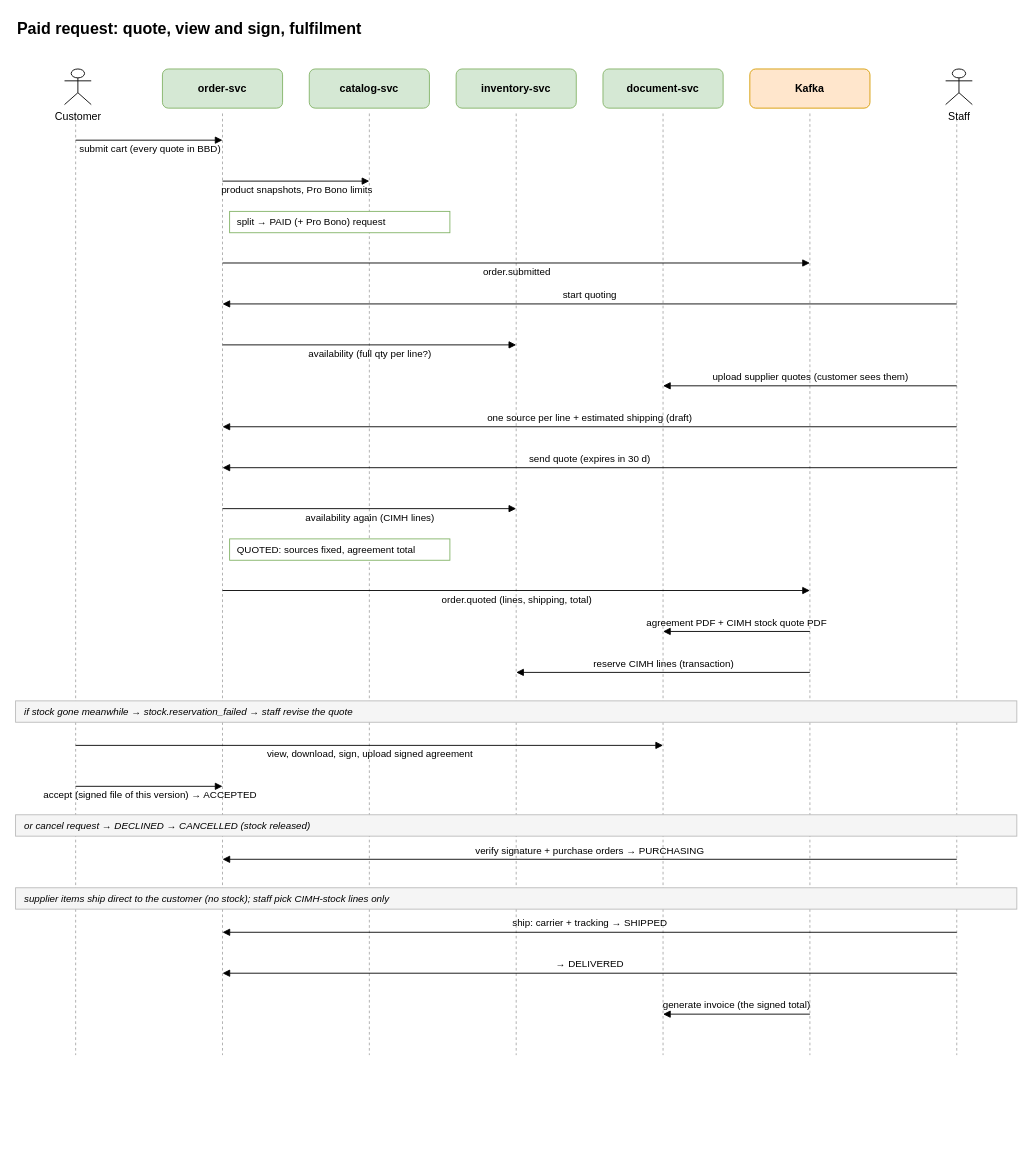
tajay59/SIA_v2 keeps this draw.io diagram as docs/manual/diagrams/14-paid-request-flow.drawio. Above is the earlier version. Source tidied: cells renumbered, new cells numbered last; positions are measured from the earlier drawing's top-left corner, leaving out a move shared by most shapes. Both pictures are drawn from the tidied source at 89%, with x=0, y=0 at pixel (15, 15).
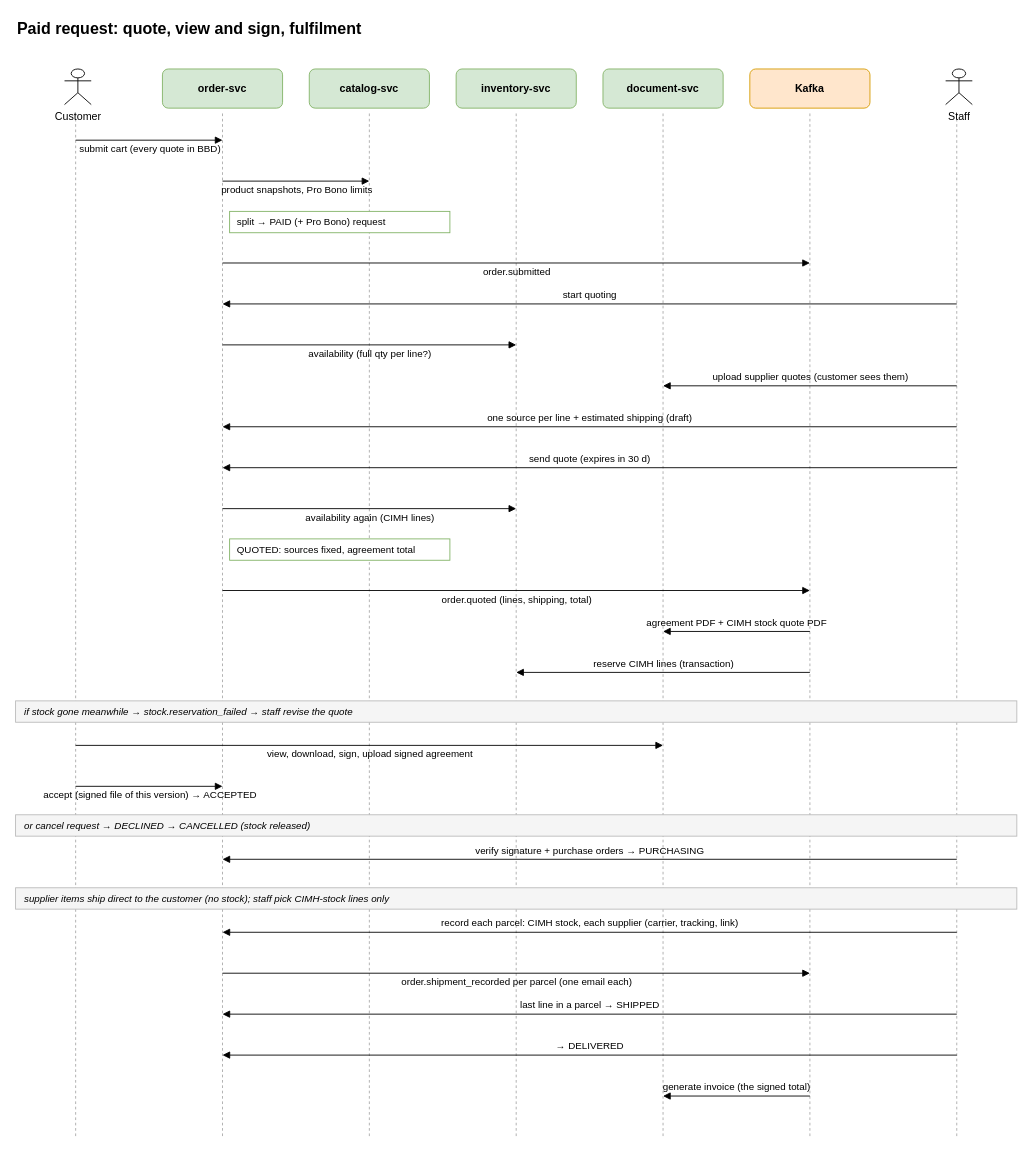
Above is the later version.

Change to the diagram source:
```diff
@@
     <mxCell id="2" style="endArrow=none;dashed=1;html=1;strokeColor=#aaaaaa;" parent="1" edge="1">
       <mxGeometry relative="1" as="geometry">
         <mxPoint x="1057.5" y="110" as="sourcePoint" />
-        <mxPoint x="1057.5" y="1168" as="targetPoint" />
+        <mxPoint x="1057.5" y="1260" as="targetPoint" />
       </mxGeometry>
     </mxCell>
     <mxCell id="3" style="endArrow=none;dashed=1;html=1;strokeColor=#aaaaaa;" parent="1" edge="1">
       <mxGeometry relative="1" as="geometry">
         <mxPoint x="892.5" y="110" as="sourcePoint" />
-        <mxPoint x="892.5" y="1168" as="targetPoint" />
+        <mxPoint x="892.5" y="1260" as="targetPoint" />
       </mxGeometry>
     </mxCell>
     <mxCell id="4" style="endArrow=none;dashed=1;html=1;strokeColor=#aaaaaa;" parent="1" edge="1">
       <mxGeometry relative="1" as="geometry">
         <mxPoint x="727.5" y="110" as="sourcePoint" />
-        <mxPoint x="727.5" y="1168" as="targetPoint" />
+        <mxPoint x="727.5" y="1260" as="targetPoint" />
       </mxGeometry>
     </mxCell>
     <mxCell id="5" style="endArrow=none;dashed=1;html=1;strokeColor=#aaaaaa;" parent="1" edge="1">
       <mxGeometry relative="1" as="geometry">
         <mxPoint x="562.5" y="110" as="sourcePoint" />
-        <mxPoint x="562.5" y="1168" as="targetPoint" />
+        <mxPoint x="562.5" y="1260" as="targetPoint" />
       </mxGeometry>
     </mxCell>
     <mxCell id="6" style="endArrow=none;dashed=1;html=1;strokeColor=#aaaaaa;" parent="1" edge="1">
       <mxGeometry relative="1" as="geometry">
         <mxPoint x="397.5" y="110" as="sourcePoint" />
-        <mxPoint x="397.5" y="1168" as="targetPoint" />
+        <mxPoint x="397.5" y="1260" as="targetPoint" />
       </mxGeometry>
     </mxCell>
     <mxCell id="7" style="endArrow=none;dashed=1;html=1;strokeColor=#aaaaaa;" parent="1" edge="1">
       <mxGeometry relative="1" as="geometry">
         <mxPoint x="232.5" y="110" as="sourcePoint" />
-        <mxPoint x="232.5" y="1168" as="targetPoint" />
+        <mxPoint x="232.5" y="1260" as="targetPoint" />
       </mxGeometry>
     </mxCell>
     <mxCell id="8" style="endArrow=none;dashed=1;html=1;strokeColor=#aaaaaa;" parent="1" edge="1">
       <mxGeometry relative="1" as="geometry">
         <mxPoint x="67.5" y="110" as="sourcePoint" />
-        <mxPoint x="67.5" y="1168" as="targetPoint" />
+        <mxPoint x="67.5" y="1260" as="targetPoint" />
       </mxGeometry>
     </mxCell>
@@
-    <mxCell id="37" value="ship: carrier + tracking → SHIPPED" style="edgeStyle=orthogonalEdgeStyle;rounded=1;html=1;endArrow=block;endFill=1;fontFamily=Helvetica;fontSize=12;fontSize=11;labelBackgroundColor=#ffffff;edgeStyle=none;labelBackgroundColor=none;" parent="1" edge="1">
+    <mxCell id="37" value="record each parcel: CIMH stock, each supplier (carrier, tracking, link)" style="edgeStyle=orthogonalEdgeStyle;rounded=1;html=1;endArrow=block;endFill=1;fontFamily=Helvetica;fontSize=12;fontSize=11;labelBackgroundColor=#ffffff;edgeStyle=none;labelBackgroundColor=none;" parent="1" edge="1">
       <mxGeometry y="-10" relative="1" as="geometry">
         <mxPoint x="1057.5" y="1030" as="sourcePoint" />
         <mxPoint x="232.5" y="1030" as="targetPoint" />
       </mxGeometry>
     </mxCell>
-    <mxCell id="38" value="→ DELIVERED" style="edgeStyle=orthogonalEdgeStyle;rounded=1;html=1;endArrow=block;endFill=1;fontFamily=Helvetica;fontSize=12;fontSize=11;labelBackgroundColor=#ffffff;edgeStyle=none;labelBackgroundColor=none;" parent="1" edge="1">
+    <mxCell id="38" value="order.shipment_recorded per parcel (one email each)" style="edgeStyle=orthogonalEdgeStyle;rounded=1;html=1;endArrow=block;endFill=1;fontFamily=Helvetica;fontSize=12;fontSize=11;labelBackgroundColor=#ffffff;edgeStyle=none;labelBackgroundColor=none;" parent="1" edge="1">
       <mxGeometry y="-10" relative="1" as="geometry">
-        <mxPoint x="1057.5" y="1076" as="sourcePoint" />
-        <mxPoint x="232.5" y="1076" as="targetPoint" />
+        <mxPoint x="232.5" y="1076" as="sourcePoint" />
+        <mxPoint x="892.5" y="1076" as="targetPoint" />
       </mxGeometry>
     </mxCell>
-    <mxCell id="39" value="generate invoice (the signed total)" style="edgeStyle=orthogonalEdgeStyle;rounded=1;html=1;endArrow=block;endFill=1;fontFamily=Helvetica;fontSize=12;fontSize=11;labelBackgroundColor=#ffffff;edgeStyle=none;labelBackgroundColor=none;" parent="1" edge="1">
+    <mxCell id="39" value="last line in a parcel → SHIPPED" style="edgeStyle=orthogonalEdgeStyle;rounded=1;html=1;endArrow=block;endFill=1;fontFamily=Helvetica;fontSize=12;fontSize=11;labelBackgroundColor=#ffffff;edgeStyle=none;labelBackgroundColor=none;" parent="1" edge="1">
       <mxGeometry y="-10" relative="1" as="geometry">
-        <mxPoint x="892.5" y="1122" as="sourcePoint" />
-        <mxPoint x="727.5" y="1122" as="targetPoint" />
+        <mxPoint x="1057.5" y="1122" as="sourcePoint" />
+        <mxPoint x="232.5" y="1122" as="targetPoint" />
       </mxGeometry>
     </mxCell>
+    <mxCell id="40" value="→ DELIVERED" style="edgeStyle=orthogonalEdgeStyle;rounded=1;html=1;endArrow=block;endFill=1;fontFamily=Helvetica;fontSize=12;fontSize=11;labelBackgroundColor=#ffffff;edgeStyle=none;labelBackgroundColor=none;" parent="1" edge="1">
+      <mxGeometry y="-10" relative="1" as="geometry">
+        <mxPoint x="1057.5" y="1168" as="sourcePoint" />
+        <mxPoint x="232.5" y="1168" as="targetPoint" />
+      </mxGeometry>
+    </mxCell>
+    <mxCell id="41" value="generate invoice (the signed total)" style="edgeStyle=orthogonalEdgeStyle;rounded=1;html=1;endArrow=block;endFill=1;fontFamily=Helvetica;fontSize=12;fontSize=11;labelBackgroundColor=#ffffff;edgeStyle=none;labelBackgroundColor=none;" parent="1" edge="1">
+      <mxGeometry y="-10" relative="1" as="geometry">
+        <mxPoint x="892.5" y="1214" as="sourcePoint" />
+        <mxPoint x="727.5" y="1214" as="targetPoint" />
+      </mxGeometry>
+    </mxCell>
```
